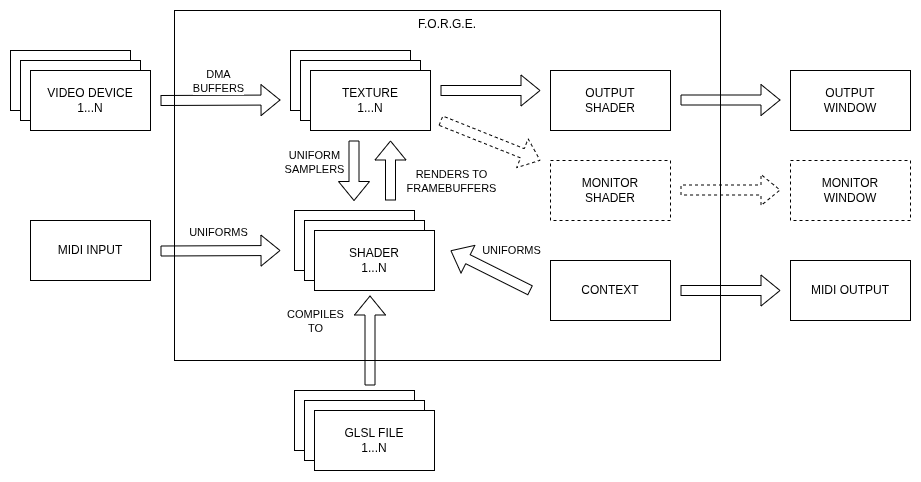
klemek/forge-steel keeps this draw.io diagram as docs/forge.drawio.png. Above is the earlier version. Source tidied: cells renumbered, new cells last; positions are measured from the earlier drawing's top-left corner, leaving out a move shared by most shapes.
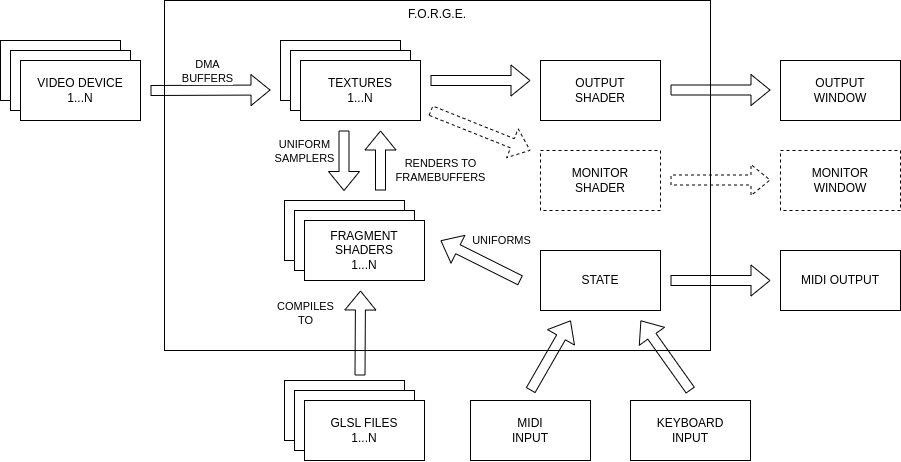
Later version of the same file.

The edit, as a diff of the source:
```diff
@@ -14,13 +14,13 @@
     <mxCell id="5" value="TEXTURE" style="rounded=0;whiteSpace=wrap;html=1;" parent="1" vertex="1">
       <mxGeometry x="290" y="50" width="120" height="60" as="geometry" />
     </mxCell>
-    <mxCell id="6" value="TEXTURE&lt;br&gt;1...N" style="rounded=0;whiteSpace=wrap;html=1;" parent="1" vertex="1">
+    <mxCell id="6" value="TEXTURES&lt;br&gt;1...N" style="rounded=0;whiteSpace=wrap;html=1;" parent="1" vertex="1">
       <mxGeometry x="300" y="60" width="120" height="60" as="geometry" />
     </mxCell>
     <mxCell id="7" value="SHADER" style="rounded=0;whiteSpace=wrap;html=1;" parent="1" vertex="1">
       <mxGeometry x="294" y="210" width="120" height="60" as="geometry" />
     </mxCell>
-    <mxCell id="8" value="SHADER&lt;br&gt;1...N" style="rounded=0;whiteSpace=wrap;html=1;" parent="1" vertex="1">
+    <mxCell id="8" value="FRAGMENT&lt;br&gt;SHADERS&lt;br&gt;1...N" style="rounded=0;whiteSpace=wrap;html=1;" parent="1" vertex="1">
       <mxGeometry x="304" y="220" width="120" height="60" as="geometry" />
     </mxCell>
     <mxCell id="9" style="shape=flexArrow;endArrow=classic;html=1;rounded=0;" parent="1" edge="1">
@@ -56,17 +56,6 @@
         <mxPoint x="-10" y="-19" as="offset" />
       </mxGeometry>
     </mxCell>
-    <mxCell id="15" style="shape=flexArrow;endArrow=classic;html=1;rounded=0;" parent="1" edge="1">
-      <mxGeometry relative="1" as="geometry">
-        <mxPoint x="150" y="240.5" as="sourcePoint" />
-        <mxPoint x="270" y="240" as="targetPoint" />
-      </mxGeometry>
-    </mxCell>
-    <mxCell id="16" value="UNIFORMS" style="edgeLabel;html=1;align=center;verticalAlign=middle;" parent="15" vertex="1">
-      <mxGeometry x="0.11" relative="1" as="geometry">
-        <mxPoint x="-10" y="-19" as="offset" />
-      </mxGeometry>
-    </mxCell>
     <mxCell id="17" value="OUTPUT&lt;br&gt;SHADER" style="rounded=0;whiteSpace=wrap;html=1;" parent="1" vertex="1">
       <mxGeometry x="540" y="60" width="120" height="60" as="geometry" />
     </mxCell>
@@ -88,7 +77,7 @@
     <mxCell id="21" style="shape=flexArrow;endArrow=classic;html=1;rounded=0;" parent="1" edge="1">
       <mxGeometry relative="1" as="geometry">
         <mxPoint x="359.5" y="375" as="sourcePoint" />
-        <mxPoint x="359.5" y="285" as="targetPoint" />
+        <mxPoint x="360" y="290" as="targetPoint" />
       </mxGeometry>
     </mxCell>
     <mxCell id="22" value="COMPILES&lt;br&gt;TO" style="edgeLabel;html=1;align=center;verticalAlign=middle;" parent="21" vertex="1">
@@ -102,11 +91,11 @@
     <mxCell id="24" value="SHADER" style="rounded=0;whiteSpace=wrap;html=1;" parent="1" vertex="1">
       <mxGeometry x="294" y="390" width="120" height="60" as="geometry" />
     </mxCell>
-    <mxCell id="25" value="GLSL FILE&lt;br&gt;1...N" style="rounded=0;whiteSpace=wrap;html=1;" parent="1" vertex="1">
+    <mxCell id="25" value="GLSL FILES&lt;br&gt;1...N" style="rounded=0;whiteSpace=wrap;html=1;" parent="1" vertex="1">
       <mxGeometry x="304" y="400" width="120" height="60" as="geometry" />
     </mxCell>
-    <mxCell id="26" value="MIDI INPUT" style="rounded=0;whiteSpace=wrap;html=1;" parent="1" vertex="1">
-      <mxGeometry x="20" y="210" width="120" height="60" as="geometry" />
+    <mxCell id="26" value="MIDI&lt;br&gt;INPUT" style="rounded=0;whiteSpace=wrap;html=1;" parent="1" vertex="1">
+      <mxGeometry x="470" y="400" width="120" height="60" as="geometry" />
     </mxCell>
     <mxCell id="27" value="TEXTURE" style="rounded=0;whiteSpace=wrap;html=1;" parent="1" vertex="1">
       <mxGeometry y="40" width="120" height="60" as="geometry" />
@@ -135,7 +124,7 @@
     <mxCell id="33" value="MONITOR&lt;br&gt;WINDOW" style="rounded=0;whiteSpace=wrap;html=1;dashed=1;" parent="1" vertex="1">
       <mxGeometry x="780" y="150" width="120" height="60" as="geometry" />
     </mxCell>
-    <mxCell id="34" value="CONTEXT" style="rounded=0;whiteSpace=wrap;html=1;" parent="1" vertex="1">
+    <mxCell id="34" value="STATE" style="rounded=0;whiteSpace=wrap;html=1;" parent="1" vertex="1">
       <mxGeometry x="540" y="250" width="120" height="60" as="geometry" />
     </mxCell>
     <mxCell id="35" style="shape=flexArrow;endArrow=classic;html=1;rounded=0;" parent="1" edge="1">
@@ -158,5 +147,18 @@
         <mxPoint x="770" y="280" as="targetPoint" />
       </mxGeometry>
     </mxCell>
+    <mxCell id="39" style="shape=flexArrow;endArrow=classic;html=1;rounded=0;entryX=0.744;entryY=0.914;entryDx=0;entryDy=0;entryPerimeter=0;" parent="1" edge="1" target="2">
+      <mxGeometry relative="1" as="geometry">
+        <mxPoint x="530" y="390" as="sourcePoint" />
+      </mxGeometry>
+    </mxCell>
+    <mxCell id="40" value="KEYBOARD&lt;br&gt;INPUT" style="rounded=0;whiteSpace=wrap;html=1;" parent="1" vertex="1">
+      <mxGeometry x="630" y="400" width="120" height="60" as="geometry" />
+    </mxCell>
+    <mxCell id="41" style="shape=flexArrow;endArrow=classic;html=1;rounded=0;entryX=0.872;entryY=0.914;entryDx=0;entryDy=0;entryPerimeter=0;" parent="1" edge="1" target="2">
+      <mxGeometry relative="1" as="geometry">
+        <mxPoint x="690" y="390" as="sourcePoint" />
+      </mxGeometry>
+    </mxCell>
   </root>
 </mxGraphModel>
```
